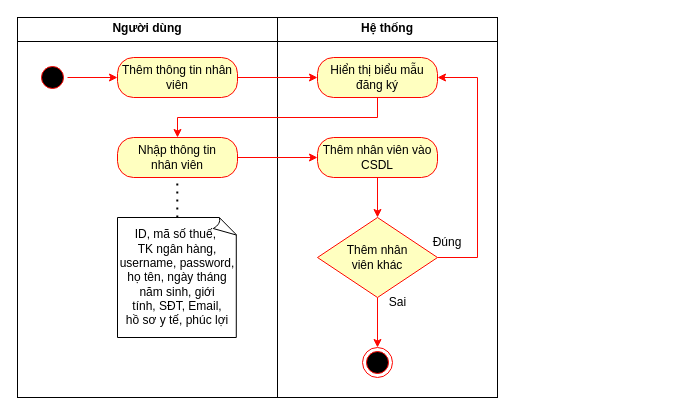
Above: Sơ đồ hoạt động UC thêm thông tin nhân viên.drawio in HaojackYT/DAA_SA (draw.io), before the change. Source tidied: cells renumbered, new cells numbered last; positions are measured from the earlier drawing's top-left corner, leaving out a move shared by most shapes. Both pictures are drawn from the tidied source at 100%, with x=0, y=0 at pixel (17, 17).
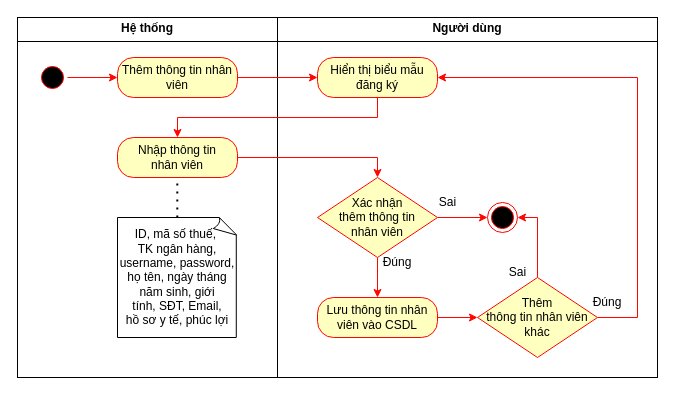
After the change.

Unchanged cells that the change refers to:
```xml
<mxCell id="9" value="Hiển thị biểu mẫu đăng ký" style="rounded=1;whiteSpace=wrap;html=1;arcSize=40;fontColor=#000000;fillColor=#ffffc0;strokeColor=#FF0500;" parent="1" vertex="1">
  <mxGeometry x="300" y="40" width="120" height="40" as="geometry" />
</mxCell>
<mxCell id="11" value="Nhập thông tin&lt;br&gt;nhân viên" style="rounded=1;whiteSpace=wrap;html=1;arcSize=40;fontColor=#000000;fillColor=#ffffc0;strokeColor=#FF0500;" parent="1" vertex="1">
  <mxGeometry x="100" y="120" width="120" height="40" as="geometry" />
</mxCell>
```

Diff of the diagram source:
```diff
@@
     <mxCell id="2" value="&lt;p style=&quot;margin:0px;margin-top:4px;text-align:center;&quot;&gt;&lt;b&gt;Hệ thống&lt;/b&gt;&lt;/p&gt;&lt;hr size=&quot;1&quot; style=&quot;border-style:solid;&quot;&gt;&lt;div style=&quot;height:2px;&quot;&gt;&lt;/div&gt;" style="verticalAlign=top;align=left;overflow=fill;html=1;whiteSpace=wrap;" parent="1" vertex="1">
-      <mxGeometry x="260" width="220" height="380" as="geometry" />
+      <mxGeometry width="260" height="360" as="geometry" />
     </mxCell>
     <mxCell id="3" value="&lt;p style=&quot;margin:0px;margin-top:4px;text-align:center;&quot;&gt;&lt;b&gt;Người dùng&lt;/b&gt;&lt;/p&gt;&lt;hr size=&quot;1&quot; style=&quot;border-style:solid;&quot;&gt;&lt;div style=&quot;height:2px;&quot;&gt;&lt;/div&gt;" style="verticalAlign=top;align=left;overflow=fill;html=1;whiteSpace=wrap;" parent="1" vertex="1">
-      <mxGeometry width="260" height="380" as="geometry" />
+      <mxGeometry x="260" width="380" height="360" as="geometry" />
     </mxCell>
@@
-    <mxCell id="10" style="edgeStyle=orthogonalEdgeStyle;rounded=0;jettySize=auto;html=1;strokeColor=#FF0500;" parent="1" edge="1" source="11" target="14">
+    <mxCell id="10" style="edgeStyle=orthogonalEdgeStyle;rounded=0;jettySize=auto;html=1;strokeColor=#FF0500;entryX=0.5;entryY=0;entryDx=0;entryDy=0;" parent="1" edge="1" source="11" target="24">
       <mxGeometry relative="1" as="geometry" />
     </mxCell>
@@
-    <mxCell id="13" style="edgeStyle=orthogonalEdgeStyle;rounded=0;jettySize=auto;html=1;strokeColor=#FF0500;" parent="1" edge="1" source="14" target="17">
-      <mxGeometry relative="1" as="geometry" />
-    </mxCell>
-    <mxCell id="14" value="Thêm nhân viên vào CSDL" style="rounded=1;whiteSpace=wrap;html=1;arcSize=40;fontColor=#000000;fillColor=#ffffc0;strokeColor=#FF0500;" parent="1" vertex="1">
-      <mxGeometry x="300" y="120" width="120" height="40" as="geometry" />
-    </mxCell>
-    <mxCell id="15" style="edgeStyle=orthogonalEdgeStyle;rounded=0;jettySize=auto;html=1;entryX=1;entryY=0.5;entryDx=0;entryDy=0;strokeColor=#FF0500;" parent="1" edge="1" source="17" target="9">
-      <mxGeometry relative="1" as="geometry">
-        <Array as="points">
-          <mxPoint x="460" y="240" />
-          <mxPoint x="460" y="60" />
-        </Array>
-      </mxGeometry>
-    </mxCell>
-    <mxCell id="16" style="edgeStyle=orthogonalEdgeStyle;rounded=0;jettySize=auto;html=1;strokeColor=#FF0500;" parent="1" edge="1" source="17" target="18">
-      <mxGeometry relative="1" as="geometry" />
-    </mxCell>
-    <mxCell id="17" value="Thêm nhân&lt;div&gt;viên&amp;nbsp;&lt;span style=&quot;background-color: transparent; color: light-dark(rgb(0, 0, 0), rgb(237, 237, 237));&quot;&gt;khác&lt;/span&gt;&lt;/div&gt;" style="rhombus;whiteSpace=wrap;html=1;fontColor=#000000;fillColor=#ffffc0;strokeColor=#FF0500;" parent="1" vertex="1">
-      <mxGeometry x="300" y="200" width="120" height="80" as="geometry" />
-    </mxCell>
-    <mxCell id="18" style="ellipse;html=1;shape=endState;fillColor=#000000;strokeColor=#FF0500;" parent="1" vertex="1">
-      <mxGeometry x="345" y="330" width="30" height="30" as="geometry" />
-    </mxCell>
@@
-    <mxCell id="20" value="Đúng" style="text;html=1;align=center;verticalAlign=middle;whiteSpace=wrap;rounded=0;fontFamily=Helvetica;fontSize=12;fontColor=#000000;" parent="1" vertex="1">
-      <mxGeometry x="400" y="210" width="60" height="30" as="geometry" />
-    </mxCell>
-    <mxCell id="21" value="Sai" style="text;html=1;align=center;verticalAlign=middle;strokeColor=none;fillColor=none;" parent="1" vertex="1">
-      <mxGeometry x="360" y="270" width="40" height="30" as="geometry" />
-    </mxCell>
+    <mxCell id="22" style="edgeStyle=orthogonalEdgeStyle;rounded=0;jettySize=auto;html=1;strokeColor=#FF0500;" parent="1" edge="1" source="24" target="26">
+      <mxGeometry relative="1" as="geometry" />
+    </mxCell>
+    <mxCell id="23" style="edgeStyle=orthogonalEdgeStyle;rounded=0;jettySize=auto;html=1;strokeColor=#FF0500;" parent="1" edge="1" source="24" target="30">
+      <mxGeometry relative="1" as="geometry" />
+    </mxCell>
+    <mxCell id="24" value="Xác nhận&lt;br&gt;thêm&amp;nbsp;&lt;span style=&quot;background-color: transparent; color: light-dark(rgb(0, 0, 0), rgb(237, 237, 237));&quot;&gt;thông tin&lt;/span&gt;&lt;div&gt;nhân viên&lt;/div&gt;" style="rhombus;whiteSpace=wrap;html=1;fontColor=#000000;fillColor=#ffffc0;strokeColor=#FF0500;" parent="1" vertex="1">
+      <mxGeometry x="300" y="160" width="120" height="80" as="geometry" />
+    </mxCell>
+    <mxCell id="25" style="edgeStyle=orthogonalEdgeStyle;rounded=0;jettySize=auto;html=1;strokeColor=#FF0500;" parent="1" edge="1" source="26" target="29">
+      <mxGeometry relative="1" as="geometry" />
+    </mxCell>
+    <mxCell id="26" value="Lưu thông tin nhân viên vào CSDL" style="rounded=1;whiteSpace=wrap;html=1;arcSize=40;fontColor=#000000;fillColor=#ffffc0;strokeColor=#FF0500;" parent="1" vertex="1">
+      <mxGeometry x="300" y="280" width="120" height="40" as="geometry" />
+    </mxCell>
+    <mxCell id="27" style="edgeStyle=orthogonalEdgeStyle;rounded=0;jettySize=auto;html=1;entryX=1;entryY=0.5;entryDx=0;entryDy=0;strokeColor=#FF0500;" parent="1" edge="1" source="29" target="9">
+      <mxGeometry relative="1" as="geometry">
+        <Array as="points">
+          <mxPoint x="620" y="300" />
+          <mxPoint x="620" y="60" />
+        </Array>
+      </mxGeometry>
+    </mxCell>
+    <mxCell id="28" style="edgeStyle=orthogonalEdgeStyle;rounded=0;jettySize=auto;html=1;entryX=1;entryY=0.5;entryDx=0;entryDy=0;strokeColor=#FF0500;" parent="1" edge="1" source="29" target="30">
+      <mxGeometry relative="1" as="geometry" />
+    </mxCell>
+    <mxCell id="29" value="Thêm&lt;br&gt;thông tin&amp;nbsp;&lt;span style=&quot;background-color: transparent; color: light-dark(rgb(0, 0, 0), rgb(237, 237, 237));&quot;&gt;nhân viên&lt;/span&gt;&lt;div&gt;khác&lt;/div&gt;" style="rhombus;whiteSpace=wrap;html=1;fontColor=#000000;fillColor=#ffffc0;strokeColor=#FF0500;" parent="1" vertex="1">
+      <mxGeometry x="460" y="260" width="120" height="80" as="geometry" />
+    </mxCell>
+    <mxCell id="30" style="ellipse;html=1;shape=endState;fillColor=#000000;strokeColor=#ff0000;" parent="1" vertex="1">
+      <mxGeometry x="470" y="185" width="30" height="30" as="geometry" />
+    </mxCell>
+    <mxCell id="31" value="Đúng" style="text;html=1;align=center;verticalAlign=middle;whiteSpace=wrap;rounded=0;fontFamily=Helvetica;fontSize=12;fontColor=#000000;" parent="1" vertex="1">
+      <mxGeometry x="560" y="270" width="60" height="30" as="geometry" />
+    </mxCell>
+    <mxCell id="32" value="Đúng" style="text;html=1;align=center;verticalAlign=middle;whiteSpace=wrap;rounded=0;fontFamily=Helvetica;fontSize=12;fontColor=#000000;" parent="1" vertex="1">
+      <mxGeometry x="350" y="230" width="60" height="30" as="geometry" />
+    </mxCell>
+    <mxCell id="33" value="Sai" style="text;html=1;align=center;verticalAlign=middle;strokeColor=none;fillColor=none;" parent="1" vertex="1">
+      <mxGeometry x="410" y="170" width="40" height="30" as="geometry" />
+    </mxCell>
+    <mxCell id="34" value="Sai" style="text;html=1;align=center;verticalAlign=middle;strokeColor=none;fillColor=none;" parent="1" vertex="1">
+      <mxGeometry x="480" y="240" width="40" height="30" as="geometry" />
+    </mxCell>
```
